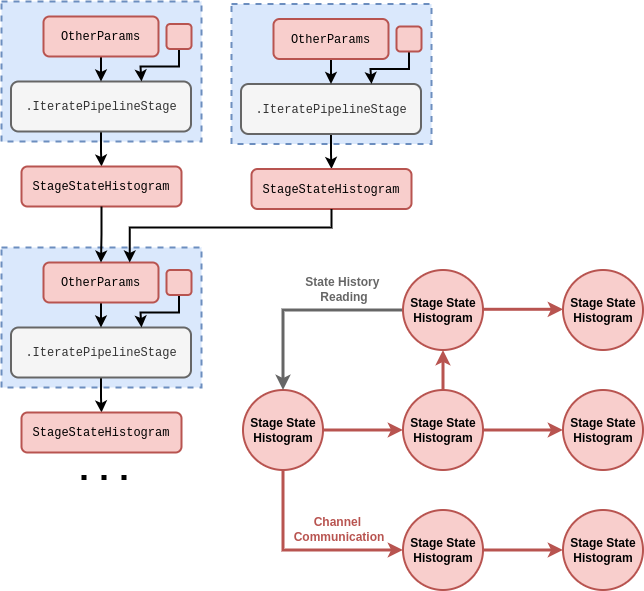
This is assets/dexetera/dexetera-pipeline-state-partition-graph.drawio.png from umbralcalc/umbralcalc.github.io, a draw.io export, as it was before one commit. Source tidied: cells renumbered, new cells last; positions are measured from the earlier drawing's top-left corner, leaving out a move shared by most shapes.
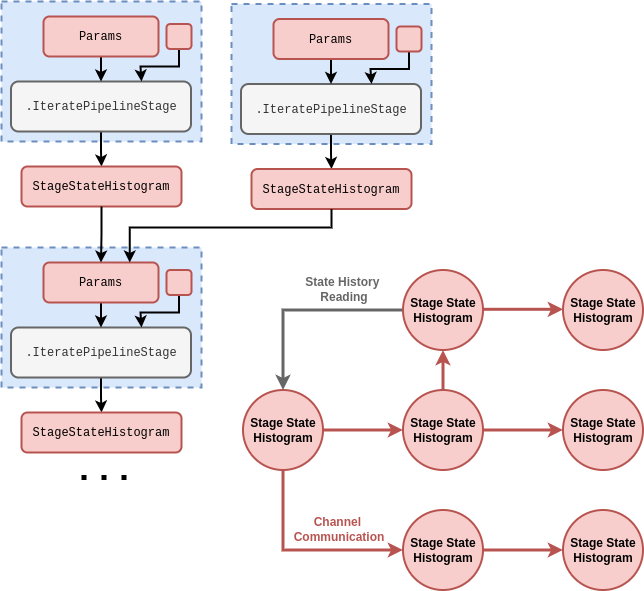
The same file after the commit.

Change to the diagram source:
```diff
@@ -57,7 +57,7 @@
     <mxCell id="18" style="edgeStyle=orthogonalEdgeStyle;rounded=0;jettySize=auto;html=1;entryX=0.5;entryY=0;entryDx=0;entryDy=0;strokeWidth=2;" parent="1" edge="1" source="19" target="16">
       <mxGeometry relative="1" as="geometry" />
     </mxCell>
-    <mxCell id="19" value="&lt;font face=&quot;Courier New&quot;&gt;OtherParams&lt;/font&gt;" style="rounded=1;whiteSpace=wrap;html=1;strokeWidth=2;fillColor=#f8cecc;strokeColor=#b85450;" parent="1" vertex="1">
+    <mxCell id="19" value="&lt;font face=&quot;Courier New&quot;&gt;Params&lt;/font&gt;" style="rounded=1;whiteSpace=wrap;html=1;strokeWidth=2;fillColor=#f8cecc;strokeColor=#b85450;" parent="1" vertex="1">
       <mxGeometry x="42" y="15" width="115" height="40" as="geometry" />
     </mxCell>
     <mxCell id="20" style="edgeStyle=orthogonalEdgeStyle;rounded=0;jettySize=auto;html=1;entryX=0.75;entryY=0;entryDx=0;entryDy=0;strokeWidth=2;" parent="1" edge="1" source="21">
@@ -88,7 +88,7 @@
     <mxCell id="26" style="edgeStyle=orthogonalEdgeStyle;rounded=0;jettySize=auto;html=1;entryX=0.5;entryY=0;entryDx=0;entryDy=0;strokeWidth=2;" parent="1" edge="1" source="27" target="24">
       <mxGeometry relative="1" as="geometry" />
     </mxCell>
-    <mxCell id="27" value="&lt;font face=&quot;Courier New&quot;&gt;OtherParams&lt;/font&gt;" style="rounded=1;whiteSpace=wrap;html=1;strokeWidth=2;fillColor=#f8cecc;strokeColor=#b85450;" parent="1" vertex="1">
+    <mxCell id="27" value="&lt;font face=&quot;Courier New&quot;&gt;Params&lt;/font&gt;" style="rounded=1;whiteSpace=wrap;html=1;strokeWidth=2;fillColor=#f8cecc;strokeColor=#b85450;" parent="1" vertex="1">
       <mxGeometry x="272" y="17.5" width="115" height="40" as="geometry" />
     </mxCell>
     <mxCell id="28" style="edgeStyle=orthogonalEdgeStyle;rounded=0;jettySize=auto;html=1;entryX=0.75;entryY=0;entryDx=0;entryDy=0;strokeWidth=2;" parent="1" edge="1" source="29">
@@ -125,7 +125,7 @@
     <mxCell id="36" style="edgeStyle=orthogonalEdgeStyle;rounded=0;jettySize=auto;html=1;entryX=0.5;entryY=0;entryDx=0;entryDy=0;strokeWidth=2;" parent="1" edge="1" source="37" target="34">
       <mxGeometry relative="1" as="geometry" />
     </mxCell>
-    <mxCell id="37" value="&lt;font face=&quot;Courier New&quot;&gt;OtherParams&lt;/font&gt;" style="rounded=1;whiteSpace=wrap;html=1;strokeWidth=2;fillColor=#f8cecc;strokeColor=#b85450;" parent="1" vertex="1">
+    <mxCell id="37" value="&lt;font face=&quot;Courier New&quot;&gt;Params&lt;/font&gt;" style="rounded=1;whiteSpace=wrap;html=1;strokeWidth=2;fillColor=#f8cecc;strokeColor=#b85450;" parent="1" vertex="1">
       <mxGeometry x="42" y="261" width="115" height="40" as="geometry" />
     </mxCell>
     <mxCell id="38" style="edgeStyle=orthogonalEdgeStyle;rounded=0;jettySize=auto;html=1;entryX=0.75;entryY=0;entryDx=0;entryDy=0;strokeWidth=2;" parent="1" edge="1" source="39">
```
